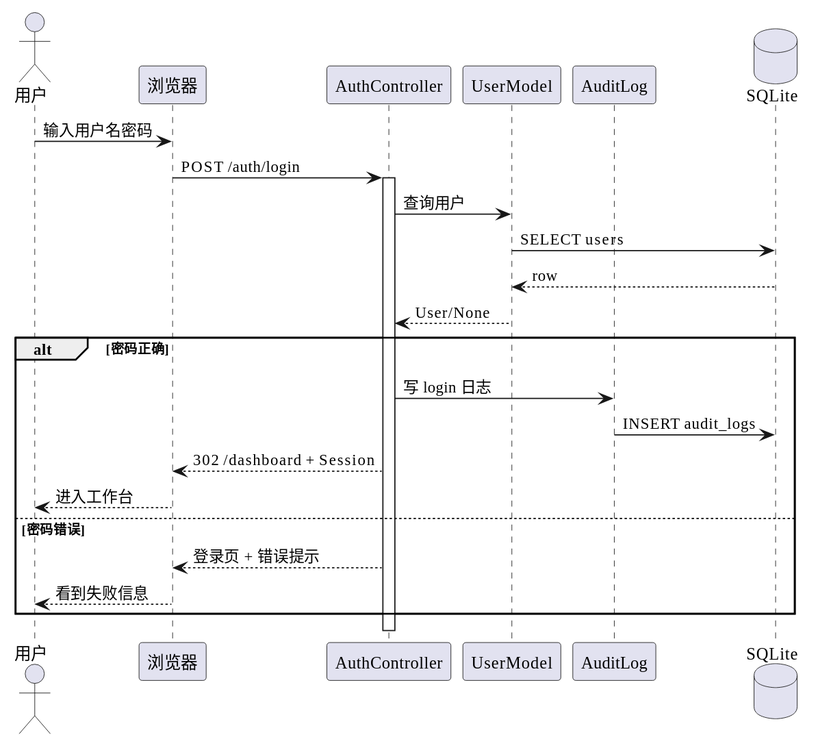
This is docs/uml/rendered/02-登录时序图.svg from Shigurekaya/test-web, a PlantUML export, as it was before one commit. The source it was exported from:
```plantuml
@startuml
skinparam defaultFontName "Noto Sans SC"
skinparam monospacedFontName "Noto Sans SC"
skinparam dpi 120
skinparam shadowing false
skinparam wrapWidth 260
skinparam maxMessageSize 220
skinparam titleFontSize 18
skinparam LegendFontSize 13
skinparam ClassFontSize 13
skinparam ClassAttributeFontSize 12
skinparam NoteFontSize 13
actor 用户
participant "浏览器" as UI
participant "AuthController" as Auth
participant "UserModel" as User
participant "AuditLog" as Audit
database "SQLite" as DB

用户 -> UI : 输入用户名密码
UI -> Auth : POST /auth/login
activate Auth
Auth -> User : 查询用户
User -> DB : SELECT users
DB --> User : row
User --> Auth : User/None
alt 密码正确
  Auth -> Audit : 写 login 日志
  Audit -> DB : INSERT audit_logs
  Auth --> UI : 302 /dashboard + Session
  UI --> 用户 : 进入工作台
else 密码错误
  Auth --> UI : 登录页 + 错误提示
  UI --> 用户 : 看到失败信息
end
deactivate Auth
@enduml
```
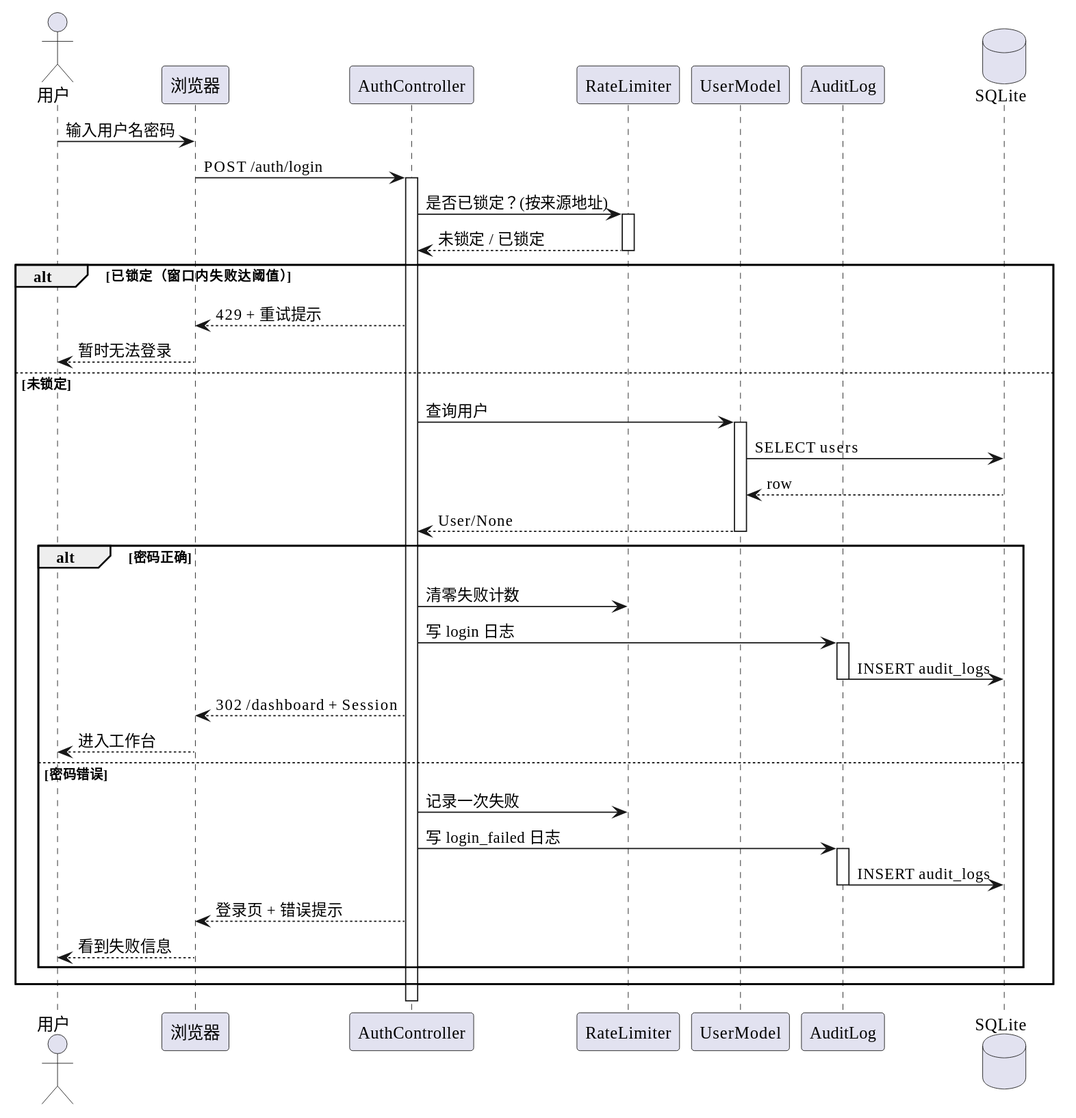
Above is the later version.

Diff of the diagram source:
```diff
@@ -13,6 +13,7 @@
 actor 用户
 participant "浏览器" as UI
 participant "AuthController" as Auth
+participant "RateLimiter" as Limiter
 participant "UserModel" as User
 participant "AuditLog" as Audit
 database "SQLite" as DB
@@ -20,18 +21,39 @@
 用户 -> UI : 输入用户名密码
 UI -> Auth : POST /auth/login
 activate Auth
-Auth -> User : 查询用户
-User -> DB : SELECT users
-DB --> User : row
-User --> Auth : User/None
-alt 密码正确
-  Auth -> Audit : 写 login 日志
-  Audit -> DB : INSERT audit_logs
-  Auth --> UI : 302 /dashboard + Session
-  UI --> 用户 : 进入工作台
-else 密码错误
-  Auth --> UI : 登录页 + 错误提示
-  UI --> 用户 : 看到失败信息
+Auth -> Limiter : 是否已锁定？(按来源地址)
+activate Limiter
+Limiter --> Auth : 未锁定 / 已锁定
+deactivate Limiter
+
+alt 已锁定（窗口内失败达阈值）
+  Auth --> UI : 429 + 重试提示
+  UI --> 用户 : 暂时无法登录
+else 未锁定
+  Auth -> User : 查询用户
+  activate User
+  User -> DB : SELECT users
+  DB --> User : row
+  User --> Auth : User/None
+  deactivate User
+
+  alt 密码正确
+    Auth -> Limiter : 清零失败计数
+    Auth -> Audit : 写 login 日志
+    activate Audit
+    Audit -> DB : INSERT audit_logs
+    deactivate Audit
+    Auth --> UI : 302 /dashboard + Session
+    UI --> 用户 : 进入工作台
+  else 密码错误
+    Auth -> Limiter : 记录一次失败
+    Auth -> Audit : 写 login_failed 日志
+    activate Audit
+    Audit -> DB : INSERT audit_logs
+    deactivate Audit
+    Auth --> UI : 登录页 + 错误提示
+    UI --> 用户 : 看到失败信息
+  end
 end
 deactivate Auth
 @enduml
```
